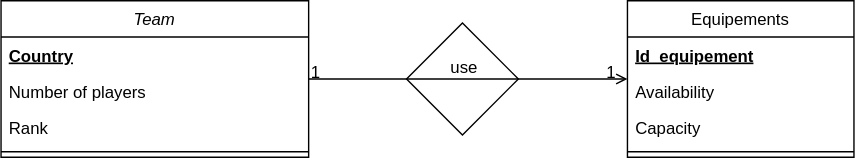
This is OWWC_structure.drawio.svg from adamadong/OWWC_en_Django, a draw.io export, as it was before one commit. Source tidied: cells renumbered, new cells last; positions are measured from the earlier drawing's top-left corner, leaving out a move shared by most shapes.
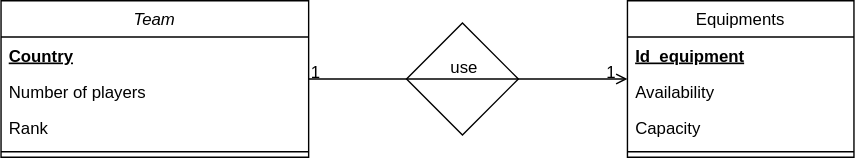
Above is the later version.

Change to the diagram source:
```diff
@@ -20,10 +20,10 @@
     <mxCell id="7" style="line;html=1;strokeWidth=1;align=left;verticalAlign=middle;spacingTop=-1;spacingLeft=3;spacingRight=3;labelPosition=right;" parent="3" vertex="1">
       <mxGeometry y="104" width="220" height="8" as="geometry" />
     </mxCell>
-    <mxCell id="8" value="Equipements" style="swimlane;fontStyle=0;align=center;verticalAlign=top;horizontal=1;startSize=26;rounded=0;shadow=0;strokeWidth=1;" parent="1" vertex="1">
+    <mxCell id="8" value="Equipments" style="swimlane;fontStyle=0;align=center;verticalAlign=top;horizontal=1;startSize=26;rounded=0;shadow=0;strokeWidth=1;" parent="1" vertex="1">
       <mxGeometry x="448" width="162" height="112" as="geometry" />
     </mxCell>
-    <mxCell id="9" value="Id_equipement" style="text;align=left;verticalAlign=top;spacingLeft=4;spacingRight=4;overflow=hidden;fontStyle=5;" parent="8" vertex="1">
+    <mxCell id="9" value="Id_equipment" style="text;align=left;verticalAlign=top;spacingLeft=4;spacingRight=4;overflow=hidden;fontStyle=5;" parent="8" vertex="1">
       <mxGeometry y="26" width="162" height="26" as="geometry" />
     </mxCell>
     <mxCell id="10" value="Availability" style="text;align=left;verticalAlign=top;spacingLeft=4;spacingRight=4;overflow=hidden;rounded=0;shadow=0;html=0;" parent="8" vertex="1">
```
